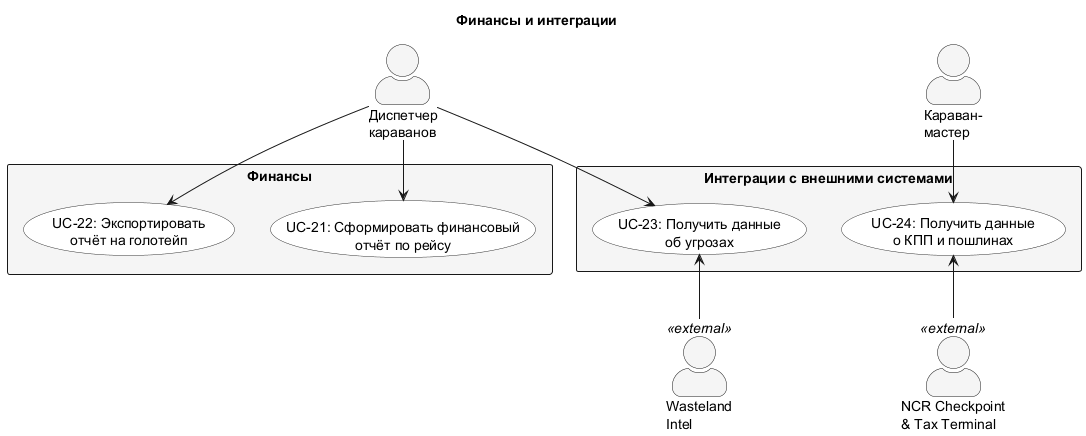
Earlier version of the PlantUML export docs/diagrams/out/UC_6_Finance.png (granikartem/MPI).
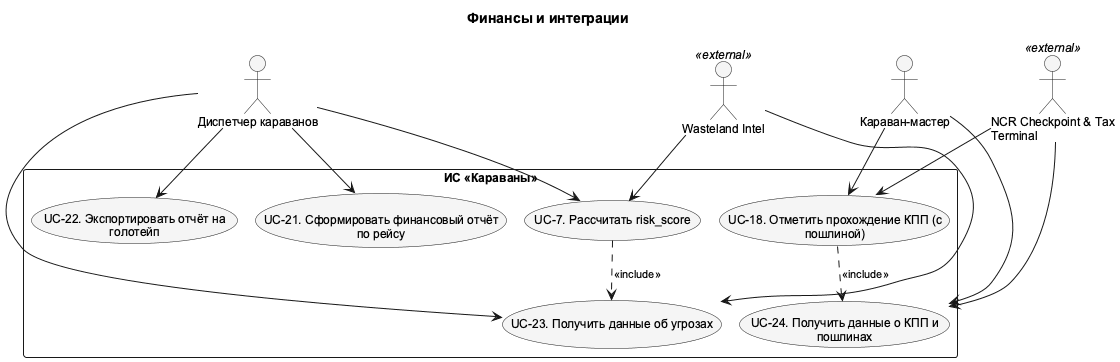
The same diagram one commit later.

Change to the diagram source:
```diff
@@ -1,31 +1,39 @@
 @startuml UC_6_Finance
-skinparam actorStyle awesome
-skinparam usecaseBackgroundColor #White
-skinparam usecaseBorderColor #333333
-skinparam rectangleBackgroundColor #F5F5F5
-
+!pragma layout smetana
+skinparam shadowing false
+skinparam defaultFontName Arial
+skinparam defaultFontSize 12
+skinparam backgroundColor white
+skinparam nodesep 75
+skinparam ranksep 100
+skinparam ArrowFontSize 11
+skinparam usecaseBackgroundColor #F5F5F5
+skinparam activityBackgroundColor #F5F5F5
+top to bottom direction
 title Финансы и интеграции
 
-actor "Диспетчер\nкараванов" as Dispatcher
-actor "Караван-\nмастер" as CaravanMaster
-
-rectangle "Финансы" {
-  usecase "UC-21: Сформировать финансовый\nотчёт по рейсу" as UC21
-  usecase "UC-22: Экспортировать\nотчёт на голотейп" as UC22
+actor "Диспетчер караванов" as Dispatcher
+actor "Караван-мастер" as CaravanMaster
+actor "Wasteland Intel" as WI <<external>>
+actor "NCR Checkpoint & Tax\nTerminal" as NCR <<external>>
+rectangle "ИС «Караваны»" as SystemBoundary {
+  usecase "UC-7. Рассчитать risk_score" as UC7
+  usecase "UC-18. Отметить прохождение КПП (с\nпошлиной)" as UC18
+  usecase "UC-21. Сформировать финансовый отчёт\nпо рейсу" as UC21
+  usecase "UC-22. Экспортировать отчёт на\nголотейп" as UC22
+  usecase "UC-23. Получить данные об угрозах" as UC23
+  usecase "UC-24. Получить данные о КПП и\nпошлинах" as UC24
 }
-
-rectangle "Интеграции с внешними системами" {
-  usecase "UC-23: Получить данные\nоб угрозах" as UC23
-  usecase "UC-24: Получить данные\nо КПП и пошлинах" as UC24
-}
-
-actor "Wasteland\nIntel" as WastelandIntel <<external>>
-actor "NCR Checkpoint\n& Tax Terminal" as NCRCheckpoint <<external>>
-
+UC7 ..> UC23 : <<include>>
+UC18 ..> UC24 : <<include>>
+Dispatcher --> UC7
 Dispatcher --> UC21
 Dispatcher --> UC22
 Dispatcher --> UC23
+CaravanMaster --> UC18
 CaravanMaster --> UC24
-UC23 <-- WastelandIntel
-UC24 <-- NCRCheckpoint
+WI --> UC7
+WI --> UC23
+NCR --> UC18
+NCR --> UC24
 @enduml
```
